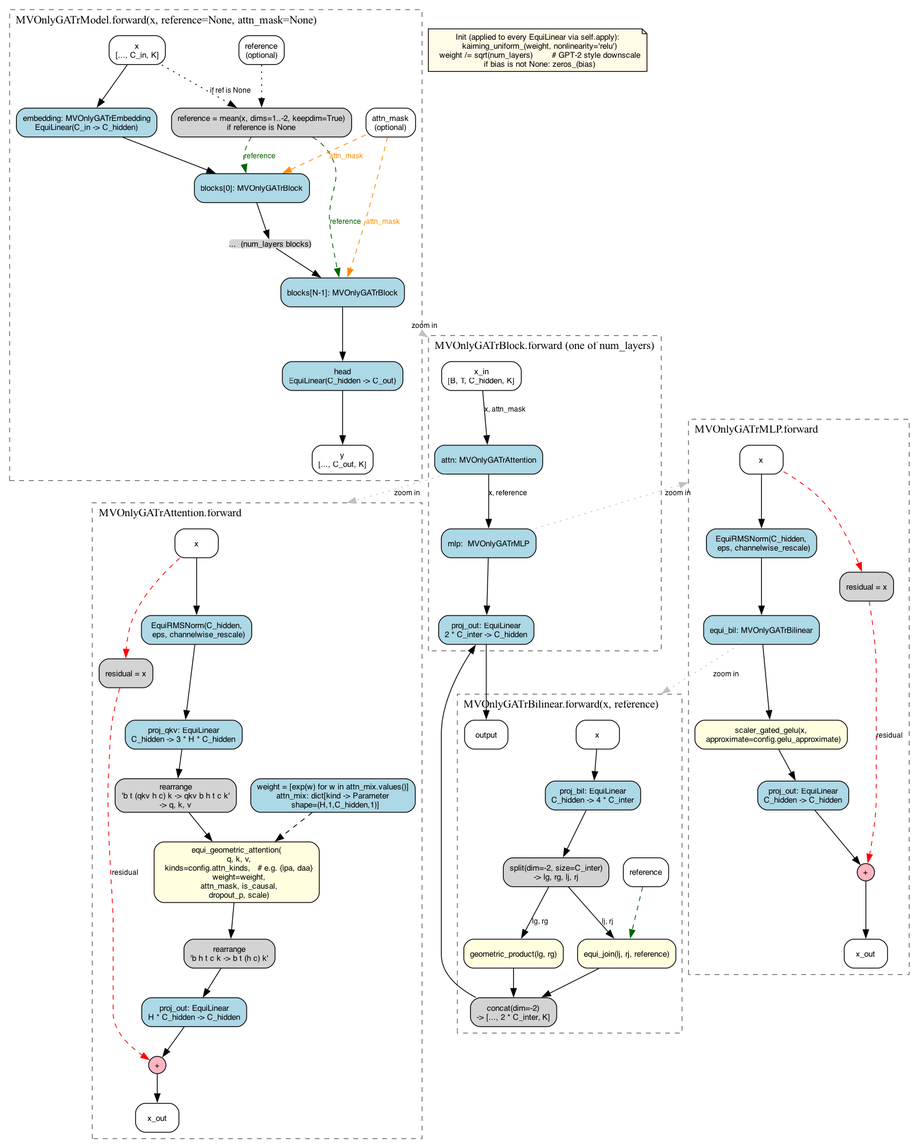
Earlier version of the Graphviz export docs/mv_only_gatr_arch.png (lmihaig/turbogator). Its source is kept beside it as docs/mv_only_gatr_arch.dot.
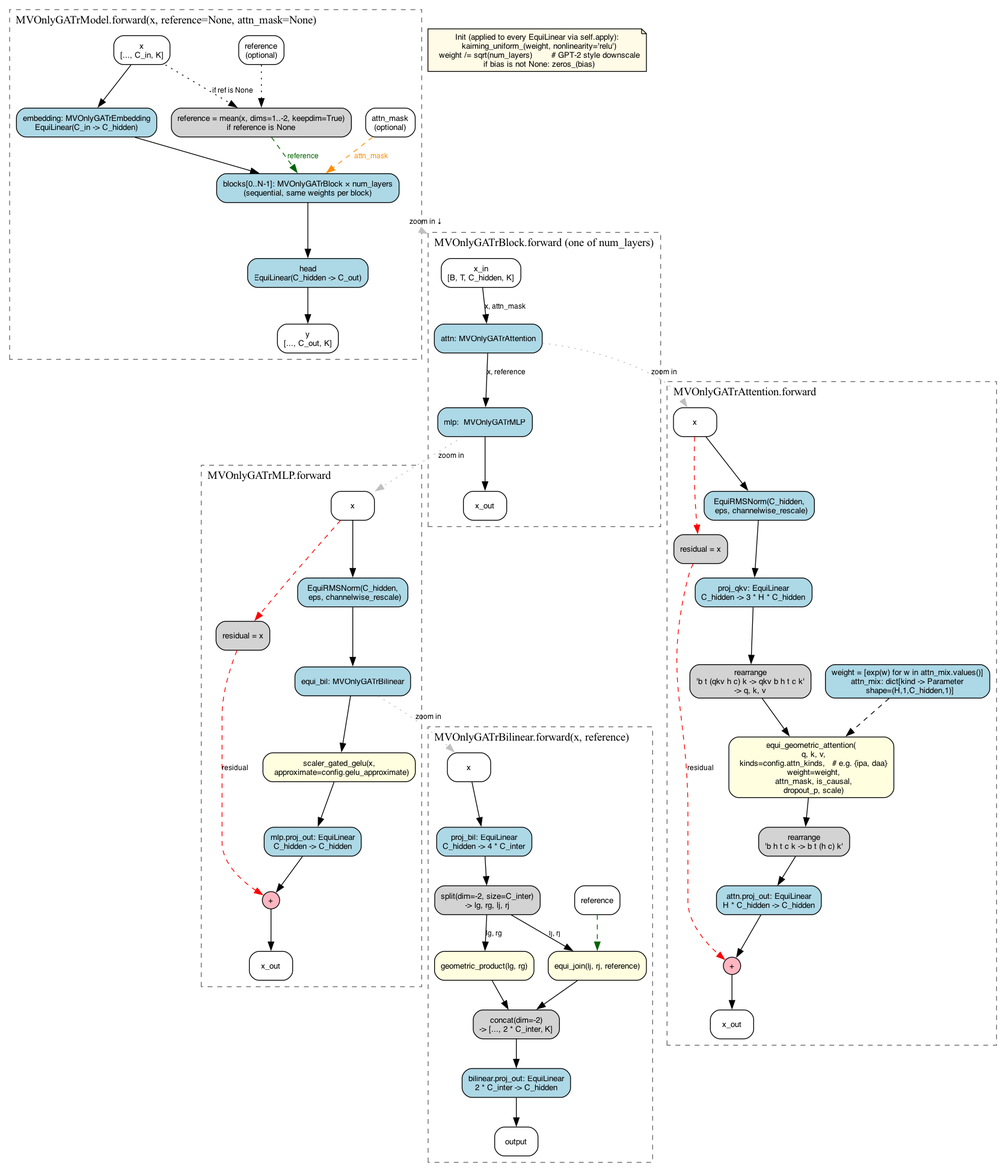
The same diagram one commit later.

Commit message:
fix architecture diagram

What changed in the source:
```diff
@@ -18,9 +18,7 @@
         emb [label="embedding: MVOnlyGATrEmbedding\nEquiLinear(C_in -> C_hidden)",
              fillcolor=lightblue];
 
-        block0 [label="blocks[0]: MVOnlyGATrBlock", fillcolor=lightblue];
-        blockd [label="...  (num_layers blocks)", fillcolor=lightgrey, shape=plain];
-        blockN [label="blocks[N-1]: MVOnlyGATrBlock", fillcolor=lightblue];
+        blocks [label="blocks[0..N-1]: MVOnlyGATrBlock × num_layers\n(sequential, same weights per block)", fillcolor=lightblue];
 
         head [label="head\nEquiLinear(C_hidden -> C_out)", fillcolor=lightblue];
         y_out [label="y\n[..., C_out, K]", fillcolor=white];
@@ -28,18 +26,14 @@
         x_in -> emb;
         x_in -> ref_calc [style=dotted, label="if ref is None"];
         ref_in -> ref_calc [style=dotted];
-        emb -> block0;
-        block0 -> blockd;
-        blockd -> blockN;
-        blockN -> head;
+        emb -> blocks;
+        blocks -> head;
         head -> y_out;
 
-        ref_calc -> block0 [label="reference", style=dashed, color=darkgreen, fontcolor=darkgreen];
-        ref_calc -> blockN [label="reference", style=dashed, color=darkgreen, fontcolor=darkgreen];
+        ref_calc -> blocks [label="reference", style=dashed, color=darkgreen, fontcolor=darkgreen];
 
         mask_in [label="attn_mask\n(optional)", fillcolor=white];
-        mask_in -> block0 [label="attn_mask", style=dashed, color=darkorange, fontcolor=darkorange];
-        mask_in -> blockN [label="attn_mask", style=dashed, color=darkorange, fontcolor=darkorange];
+        mask_in -> blocks [label="attn_mask", style=dashed, color=darkorange, fontcolor=darkorange];
     }
 
     subgraph cluster_block {
@@ -49,15 +43,15 @@
         b_in  [label="x_in\n[B, T, C_hidden, K]", fillcolor=white];
         attn  [label="attn: MVOnlyGATrAttention", fillcolor=lightblue];
         mlp   [label="mlp:  MVOnlyGATrMLP",        fillcolor=lightblue];
-        b_out [label="x_out", fillcolor=white];
+        block_out [label="x_out", fillcolor=white];
 
         b_in -> attn [label="x, attn_mask"];
         attn -> mlp  [label="x, reference"];
-        mlp  -> b_out;
+        mlp  -> block_out;
     }
 
-    blockN -> b_in [lhead=cluster_block, ltail=cluster_model,
-                    style=dotted, color=gray, label="zoom in"];
+    blocks -> b_in [lhead=cluster_block, ltail=cluster_model,
+                    style=dotted, color=gray, label="zoom in ↓"];
 
     subgraph cluster_attn {
         label="MVOnlyGATrAttention.forward";
@@ -73,7 +67,7 @@
         a_attn [label="equi_geometric_attention(\n  q, k, v,\n  kinds=config.attn_kinds,   # e.g. {ipa, daa}\n  weight=weight,\n  attn_mask, is_causal,\n  dropout_p, scale)",
                 fillcolor=lightyellow];
         a_merge[label="rearrange\n'b h t c k -> b t (h c) k'", fillcolor=lightgrey];
-        a_out  [label="proj_out: EquiLinear\nH * C_hidden -> C_hidden", fillcolor=lightblue];
+        a_out  [label="attn.proj_out: EquiLinear\nH * C_hidden -> C_hidden", fillcolor=lightblue];
         a_add  [label="+", shape=circle, fillcolor=lightpink, width=0.3, fixedsize=true];
         a_y    [label="x_out", fillcolor=white];
 
@@ -86,7 +80,7 @@
         a_add  -> a_y;
     }
 
-    attn -> a_in [lhead=cluster_attn, style=dotted, color=gray, label="zoom in"];
+    attn -> a_in [style=dotted, color=gray, label="zoom in"];
 
     subgraph cluster_mlp {
         label="MVOnlyGATrMLP.forward";
@@ -98,7 +92,7 @@
         m_bil  [label="equi_bil: MVOnlyGATrBilinear", fillcolor=lightblue];
         m_act  [label="scaler_gated_gelu(x,\n  approximate=config.gelu_approximate)",
                 fillcolor=lightyellow];
-        m_out  [label="proj_out: EquiLinear\nC_hidden -> C_hidden", fillcolor=lightblue];
+        m_out  [label="mlp.proj_out: EquiLinear\nC_hidden -> C_hidden", fillcolor=lightblue];
         m_add  [label="+", shape=circle, fillcolor=lightpink, width=0.3, fixedsize=true];
         m_y    [label="x_out", fillcolor=white];
 
@@ -108,7 +102,7 @@
         m_add -> m_y;
     }
 
-    mlp -> m_in [lhead=cluster_mlp, style=dotted, color=gray, label="zoom in"];
+    mlp -> m_in [style=dotted, color=gray, label="zoom in"];
 
 
     subgraph cluster_bil {
@@ -122,7 +116,7 @@
         b_gp   [label="geometric_product(lg, rg)", fillcolor=lightyellow];
         b_jn   [label="equi_join(lj, rj, reference)", fillcolor=lightyellow];
         b_cat  [label="concat(dim=-2)\n-> [..., 2 * C_inter, K]", fillcolor=lightgrey];
-        b_out  [label="proj_out: EquiLinear\n2 * C_inter -> C_hidden", fillcolor=lightblue];
+        b_out  [label="bilinear.proj_out: EquiLinear\n2 * C_inter -> C_hidden", fillcolor=lightblue];
         b_y    [label="output", fillcolor=white];
 
         bx -> b_proj -> b_split;
@@ -134,7 +128,7 @@
         b_cat -> b_out -> b_y;
     }
 
-    m_bil -> bx [lhead=cluster_bil, style=dotted, color=gray, label="zoom in"];
+    m_bil -> bx [style=dotted, color=gray, label="zoom in"];
 
     init_note [shape=note, fillcolor="#fffbe6",
         label="Init (applied to every EquiLinear via self.apply):\n  kaiming_uniform_(weight, nonlinearity='relu')\n  weight /= sqrt(num_layers)        # GPT-2 style downscale\n  if bias is not None: zeros_(bias)"];
```
